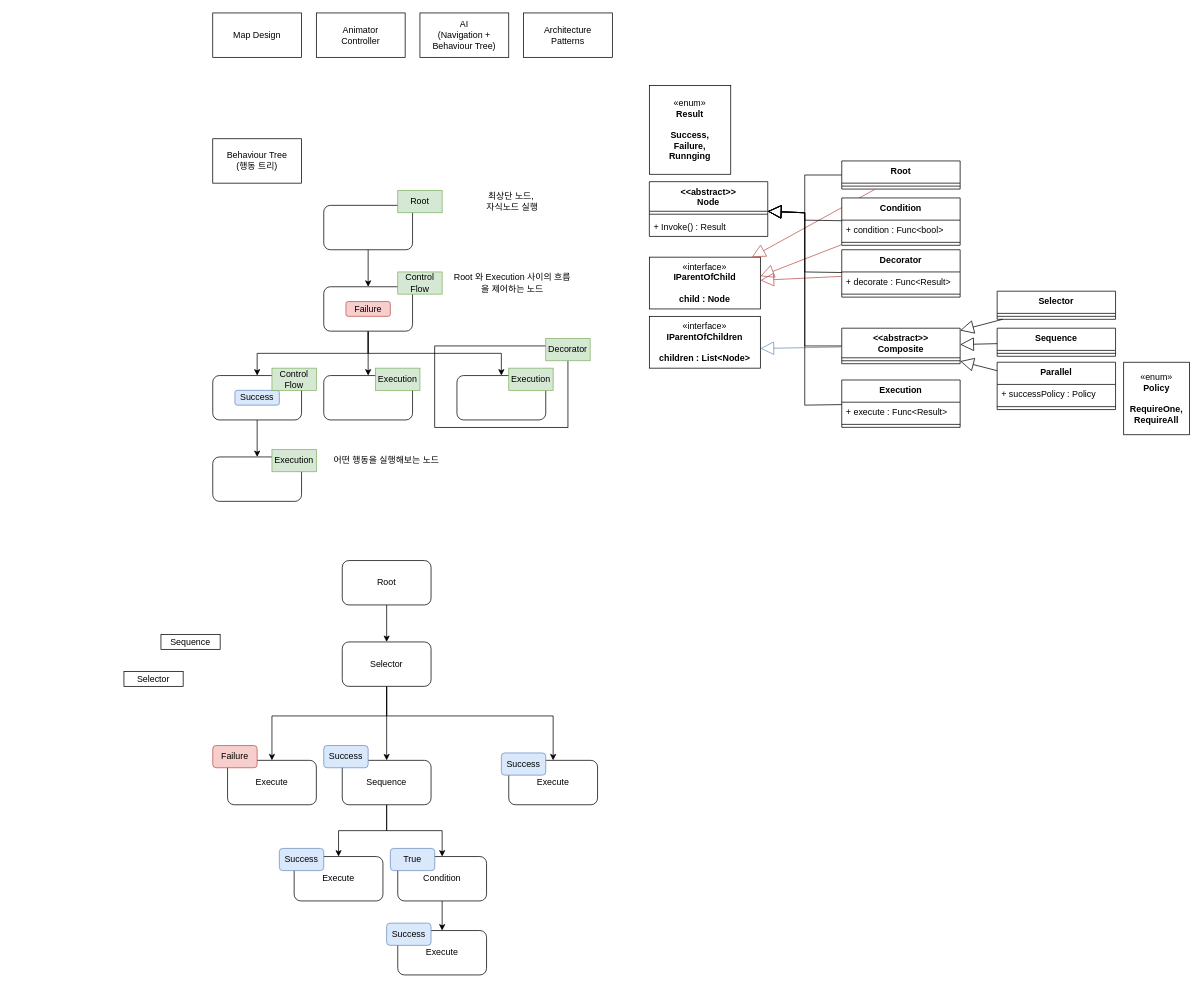
Earlier version of the draw.io diagram RPG3D/RPG3DConcept.drawio (luke-youngmin-cho/UnityEngineBasic_9th). Source tidied: cells renumbered, new cells numbered last; positions are measured from the earlier drawing's top-left corner, leaving out a move shared by most shapes. Both pictures are drawn from the tidied source at 74%, with x=0, y=0 at pixel (124, 13).
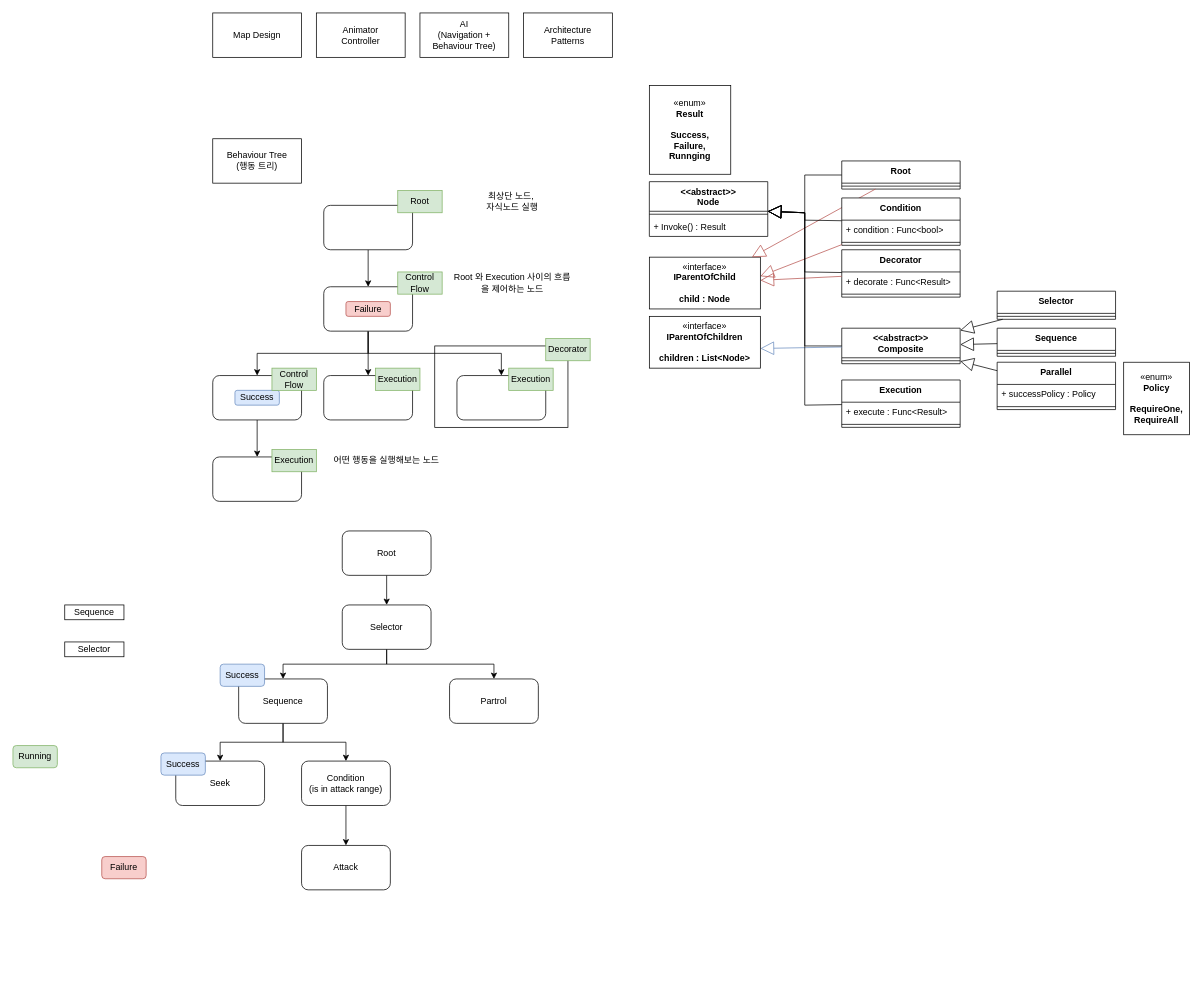
The same diagram, later.

Change to the diagram source:
```diff
@@
     <mxCell id="71" value="Root" style="rounded=1;whiteSpace=wrap;html=1;" parent="1" vertex="1">
-      <mxGeometry x="295" y="740" width="120" height="60" as="geometry" />
+      <mxGeometry x="295" y="700" width="120" height="60" as="geometry" />
     </mxCell>
-    <mxCell id="72" style="edgeStyle=orthogonalEdgeStyle;rounded=0;jettySize=auto;html=1;" parent="1" edge="1" source="75" target="76">
-      <mxGeometry relative="1" as="geometry">
-        <Array as="points">
-          <mxPoint x="355" y="950" />
-          <mxPoint x="200" y="950" />
-        </Array>
-      </mxGeometry>
-    </mxCell>
-    <mxCell id="73" style="edgeStyle=orthogonalEdgeStyle;rounded=0;jettySize=auto;html=1;" parent="1" edge="1" source="75" target="79">
-      <mxGeometry relative="1" as="geometry" />
-    </mxCell>
-    <mxCell id="74" style="edgeStyle=orthogonalEdgeStyle;rounded=0;jettySize=auto;html=1;" parent="1" edge="1" source="75" target="84">
-      <mxGeometry relative="1" as="geometry">
-        <Array as="points">
-          <mxPoint x="355" y="950" />
-          <mxPoint x="580" y="950" />
-        </Array>
-      </mxGeometry>
-    </mxCell>
-    <mxCell id="75" value="Selector" style="rounded=1;whiteSpace=wrap;html=1;" parent="1" vertex="1">
-      <mxGeometry x="295" y="850" width="120" height="60" as="geometry" />
-    </mxCell>
-    <mxCell id="76" value="Execute" style="rounded=1;whiteSpace=wrap;html=1;" parent="1" vertex="1">
-      <mxGeometry x="140" y="1010" width="120" height="60" as="geometry" />
+    <mxCell id="76" value="Attack" style="rounded=1;whiteSpace=wrap;html=1;" parent="1" vertex="1">
+      <mxGeometry x="240" y="1125" width="120" height="60" as="geometry" />
     </mxCell>
@@
-    <mxCell id="78" style="edgeStyle=orthogonalEdgeStyle;rounded=0;jettySize=auto;html=1;" parent="1" edge="1" source="79" target="82">
-      <mxGeometry relative="1" as="geometry" />
-    </mxCell>
+    <mxCell id="93" style="edgeStyle=orthogonalEdgeStyle;rounded=0;jettySize=auto;html=1;" parent="1" edge="1" source="79" target="95">
+      <mxGeometry relative="1" as="geometry" />
+    </mxCell>
     <mxCell id="79" value="Sequence" style="rounded=1;whiteSpace=wrap;html=1;" parent="1" vertex="1">
-      <mxGeometry x="295" y="1010" width="120" height="60" as="geometry" />
+      <mxGeometry x="155" y="900" width="120" height="60" as="geometry" />
     </mxCell>
-    <mxCell id="80" value="Execute" style="rounded=1;whiteSpace=wrap;html=1;" parent="1" vertex="1">
-      <mxGeometry x="230" y="1140" width="120" height="60" as="geometry" />
+    <mxCell id="80" value="Seek" style="rounded=1;whiteSpace=wrap;html=1;" parent="1" vertex="1">
+      <mxGeometry x="70" y="1011" width="120" height="60" as="geometry" />
     </mxCell>
-    <mxCell id="81" style="edgeStyle=orthogonalEdgeStyle;rounded=0;jettySize=auto;html=1;entryX=0.5;entryY=0;entryDx=0;entryDy=0;" parent="1" edge="1" source="82" target="83">
-      <mxGeometry relative="1" as="geometry" />
-    </mxCell>
-    <mxCell id="82" value="Condition" style="rounded=1;whiteSpace=wrap;html=1;" parent="1" vertex="1">
-      <mxGeometry x="370" y="1140" width="120" height="60" as="geometry" />
-    </mxCell>
-    <mxCell id="83" value="Execute" style="rounded=1;whiteSpace=wrap;html=1;" parent="1" vertex="1">
-      <mxGeometry x="370" y="1240" width="120" height="60" as="geometry" />
-    </mxCell>
-    <mxCell id="84" value="Execute" style="rounded=1;whiteSpace=wrap;html=1;" parent="1" vertex="1">
-      <mxGeometry x="520" y="1010" width="120" height="60" as="geometry" />
-    </mxCell>
     <mxCell id="85" value="Failure" style="rounded=1;whiteSpace=wrap;html=1;fillColor=#f8cecc;strokeColor=#b85450;" parent="1" vertex="1">
-      <mxGeometry x="120" y="990" width="60" height="30" as="geometry" />
+      <mxGeometry x="-30" y="1140" width="60" height="30" as="geometry" />
     </mxCell>
-    <mxCell id="86" value="Success" style="rounded=1;whiteSpace=wrap;html=1;fillColor=#dae8fc;strokeColor=#6c8ebf;" parent="1" vertex="1">
-      <mxGeometry x="210" y="1129" width="60" height="30" as="geometry" />
+    <mxCell id="86" value="Running" style="rounded=1;whiteSpace=wrap;html=1;fillColor=#d5e8d4;strokeColor=#82b366;" parent="1" vertex="1">
+      <mxGeometry x="-150" y="990" width="60" height="30" as="geometry" />
     </mxCell>
-    <mxCell id="87" value="True" style="rounded=1;whiteSpace=wrap;html=1;fillColor=#dae8fc;strokeColor=#6c8ebf;" parent="1" vertex="1">
-      <mxGeometry x="360" y="1129" width="60" height="30" as="geometry" />
-    </mxCell>
-    <mxCell id="88" value="Success" style="rounded=1;whiteSpace=wrap;html=1;fillColor=#dae8fc;strokeColor=#6c8ebf;" parent="1" vertex="1">
-      <mxGeometry x="355" y="1230" width="60" height="30" as="geometry" />
-    </mxCell>
-    <mxCell id="89" value="Success" style="rounded=1;whiteSpace=wrap;html=1;fillColor=#dae8fc;strokeColor=#6c8ebf;" parent="1" vertex="1">
-      <mxGeometry x="510" y="1000" width="60" height="30" as="geometry" />
-    </mxCell>
     <mxCell id="90" value="Success" style="rounded=1;whiteSpace=wrap;html=1;fillColor=#dae8fc;strokeColor=#6c8ebf;" parent="1" vertex="1">
-      <mxGeometry x="270" y="990" width="60" height="30" as="geometry" />
+      <mxGeometry x="130" y="880" width="60" height="30" as="geometry" />
     </mxCell>
     <mxCell id="91" value="Selector" style="rounded=0;whiteSpace=wrap;html=1;" parent="1" vertex="1">
-      <mxGeometry y="890" width="80" height="20" as="geometry" />
+      <mxGeometry x="-80" y="850" width="80" height="20" as="geometry" />
     </mxCell>
     <mxCell id="92" value="Sequence" style="rounded=0;whiteSpace=wrap;html=1;" parent="1" vertex="1">
-      <mxGeometry x="50" y="840" width="80" height="20" as="geometry" />
+      <mxGeometry x="-80" y="800" width="80" height="20" as="geometry" />
     </mxCell>
+    <mxCell id="94" style="edgeStyle=orthogonalEdgeStyle;rounded=0;jettySize=auto;html=1;entryX=0.5;entryY=0;entryDx=0;entryDy=0;" parent="1" edge="1" source="95" target="76">
+      <mxGeometry relative="1" as="geometry" />
+    </mxCell>
+    <mxCell id="95" value="Condition&lt;br&gt;(is in attack range)" style="rounded=1;whiteSpace=wrap;html=1;" parent="1" vertex="1">
+      <mxGeometry x="240" y="1011" width="120" height="60" as="geometry" />
+    </mxCell>
+    <mxCell id="96" value="Success" style="rounded=1;whiteSpace=wrap;html=1;fillColor=#dae8fc;strokeColor=#6c8ebf;" parent="1" vertex="1">
+      <mxGeometry x="50" y="1000" width="60" height="30" as="geometry" />
+    </mxCell>
+    <mxCell id="97" value="Partrol" style="rounded=1;whiteSpace=wrap;html=1;" parent="1" vertex="1">
+      <mxGeometry x="440" y="900" width="120" height="60" as="geometry" />
+    </mxCell>
+    <mxCell id="73" style="edgeStyle=orthogonalEdgeStyle;rounded=0;jettySize=auto;html=1;" parent="1" edge="1" source="75" target="79">
+      <mxGeometry relative="1" as="geometry">
+        <Array as="points">
+          <mxPoint x="355" y="880" />
+          <mxPoint x="215" y="880" />
+        </Array>
+      </mxGeometry>
+    </mxCell>
+    <mxCell id="98" style="edgeStyle=orthogonalEdgeStyle;rounded=0;jettySize=auto;html=1;entryX=0.5;entryY=0;entryDx=0;entryDy=0;" parent="1" edge="1" source="75" target="97">
+      <mxGeometry relative="1" as="geometry">
+        <Array as="points">
+          <mxPoint x="355" y="880" />
+          <mxPoint x="500" y="880" />
+        </Array>
+      </mxGeometry>
+    </mxCell>
+    <mxCell id="75" value="Selector" style="rounded=1;whiteSpace=wrap;html=1;" parent="1" vertex="1">
+      <mxGeometry x="295" y="800" width="120" height="60" as="geometry" />
+    </mxCell>
```
